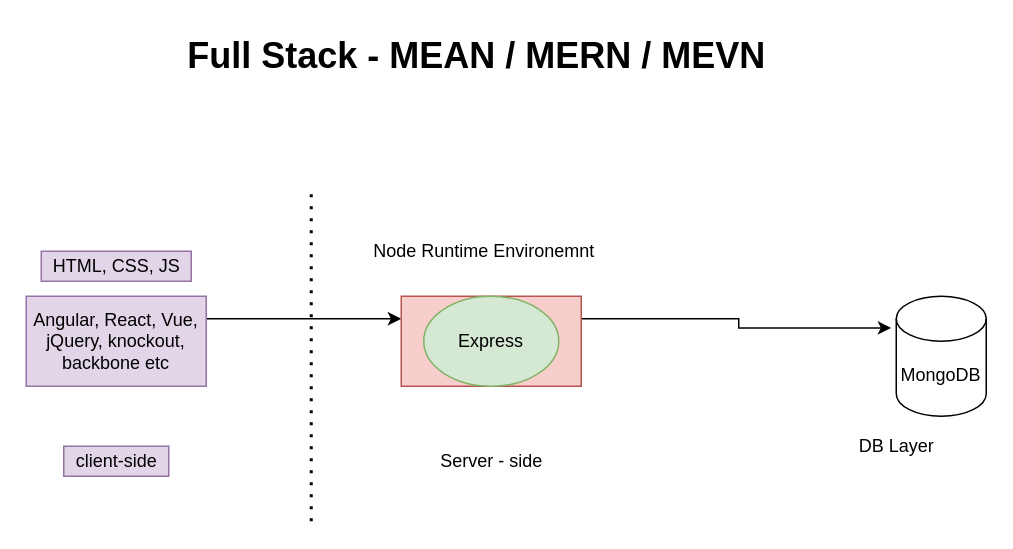
Earlier version of the draw.io diagram page "Page-1" (1 of 5) of diagrams.drawio (synergy2411/genpact-dec21). Source tidied: cells renumbered, new cells numbered last; positions are measured from the earlier drawing's top-left corner, leaving out a move shared by most shapes. Both pictures are drawn from the tidied source at 150%, with x=0, y=0 at pixel (26, 26).
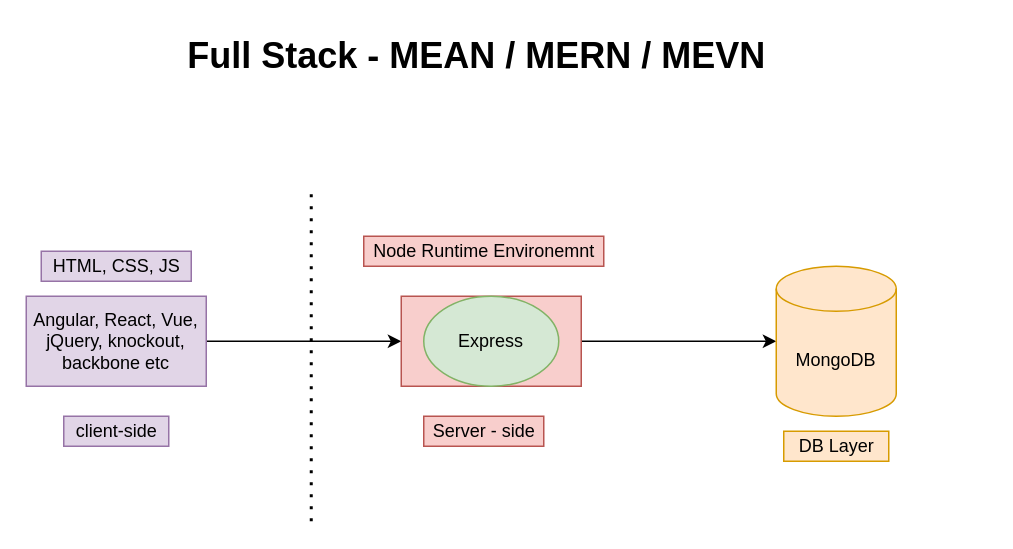
After the change.

The edit, as a diff of the source:
```diff
@@
 <mxGraphModel>
   <root>
     <mxCell id="0" />
     <mxCell id="1" parent="0" />
-    <mxCell id="2" style="edgeStyle=orthogonalEdgeStyle;rounded=0;jettySize=auto;html=1;exitX=1;exitY=0.25;exitDx=0;exitDy=0;entryX=0;entryY=0.25;entryDx=0;entryDy=0;" parent="1" edge="1" source="3" target="6">
+    <mxCell id="2" style="edgeStyle=orthogonalEdgeStyle;curved=1;jettySize=auto;html=1;exitX=1;exitY=0.5;exitDx=0;exitDy=0;entryX=0;entryY=0.5;entryDx=0;entryDy=0;" parent="1" edge="1" source="3" target="6">
       <mxGeometry relative="1" as="geometry" />
     </mxCell>
     <mxCell id="3" value="Angular, React, Vue, jQuery, knockout, backbone etc" style="rounded=0;whiteSpace=wrap;html=1;fillColor=#e1d5e7;strokeColor=#9673a6;" parent="1" vertex="1">
       <mxGeometry y="180" width="120" height="60" as="geometry" />
     </mxCell>
     <mxCell id="4" value="client-side" style="text;html=1;align=center;verticalAlign=middle;strokeColor=#9673a6;fillColor=#e1d5e7;" parent="1" vertex="1">
-      <mxGeometry x="25" y="280" width="70" height="20" as="geometry" />
+      <mxGeometry x="25" y="260" width="70" height="20" as="geometry" />
     </mxCell>
-    <mxCell id="5" style="edgeStyle=orthogonalEdgeStyle;rounded=0;jettySize=auto;html=1;exitX=1;exitY=0.25;exitDx=0;exitDy=0;entryX=-0.055;entryY=0.264;entryDx=0;entryDy=0;entryPerimeter=0;" parent="1" edge="1" source="6" target="8">
+    <mxCell id="5" style="edgeStyle=orthogonalEdgeStyle;jettySize=auto;html=1;exitX=1;exitY=0.5;exitDx=0;exitDy=0;entryX=0;entryY=0.5;entryDx=0;entryDy=0;entryPerimeter=0;curved=1;" parent="1" edge="1" source="6" target="8">
       <mxGeometry relative="1" as="geometry" />
     </mxCell>
     <mxCell id="6" style="rounded=0;whiteSpace=wrap;html=1;fillColor=#f8cecc;strokeColor=#b85450;" parent="1" vertex="1">
       <mxGeometry x="250" y="180" width="120" height="60" as="geometry" />
     </mxCell>
-    <mxCell id="7" value="Server - side" style="text;html=1;align=center;verticalAlign=middle;strokeColor=none;fillColor=none;" parent="1" vertex="1">
-      <mxGeometry x="270" y="280" width="80" height="20" as="geometry" />
+    <mxCell id="7" value="Server - side" style="text;html=1;align=center;verticalAlign=middle;strokeColor=#b85450;fillColor=#f8cecc;" parent="1" vertex="1">
+      <mxGeometry x="265" y="260" width="80" height="20" as="geometry" />
     </mxCell>
-    <mxCell id="8" value="MongoDB" style="shape=cylinder3;whiteSpace=wrap;html=1;boundedLbl=1;backgroundOutline=1;size=15;" parent="1" vertex="1">
-      <mxGeometry x="580" y="180" width="60" height="80" as="geometry" />
+    <mxCell id="8" value="MongoDB" style="shape=cylinder3;whiteSpace=wrap;html=1;boundedLbl=1;backgroundOutline=1;size=15;fillColor=#ffe6cc;strokeColor=#d79b00;" parent="1" vertex="1">
+      <mxGeometry x="500" y="160" width="80" height="100" as="geometry" />
     </mxCell>
-    <mxCell id="9" value="DB Layer" style="text;html=1;align=center;verticalAlign=middle;strokeColor=none;fillColor=none;" parent="1" vertex="1">
-      <mxGeometry x="545" y="270" width="70" height="20" as="geometry" />
+    <mxCell id="9" value="DB Layer" style="text;html=1;align=center;verticalAlign=middle;strokeColor=#d79b00;fillColor=#ffe6cc;" parent="1" vertex="1">
+      <mxGeometry x="505" y="270" width="70" height="20" as="geometry" />
     </mxCell>
     <mxCell id="10" value="HTML, CSS, JS" style="text;html=1;align=center;verticalAlign=middle;strokeColor=#9673a6;fillColor=#e1d5e7;" parent="1" vertex="1">
       <mxGeometry x="10" y="150" width="100" height="20" as="geometry" />
     </mxCell>
-    <mxCell id="11" value="Node Runtime Environemnt" style="text;html=1;align=center;verticalAlign=middle;strokeColor=none;fillColor=none;" parent="1" vertex="1">
+    <mxCell id="11" value="Node Runtime Environemnt" style="text;html=1;align=center;verticalAlign=middle;strokeColor=#b85450;fillColor=#f8cecc;" parent="1" vertex="1">
       <mxGeometry x="225" y="140" width="160" height="20" as="geometry" />
     </mxCell>
     <mxCell id="12" value="Express" style="ellipse;whiteSpace=wrap;html=1;fillColor=#d5e8d4;strokeColor=#82b366;" parent="1" vertex="1">
       <mxGeometry x="265" y="180" width="90" height="60" as="geometry" />
     </mxCell>
     <mxCell id="13" style="endArrow=none;dashed=1;html=1;dashPattern=1 3;strokeWidth=2;rounded=0;" parent="1" edge="1">
       <mxGeometry relative="1" as="geometry">
         <mxPoint x="190" y="330" as="sourcePoint" />
         <mxPoint x="190" y="110" as="targetPoint" />
       </mxGeometry>
     </mxCell>
     <mxCell id="14" value="Full Stack - MEAN / MERN / MEVN" style="text;strokeColor=none;fillColor=none;html=1;fontSize=24;fontStyle=1;verticalAlign=middle;align=center;" parent="1" vertex="1">
       <mxGeometry x="250" width="100" height="40" as="geometry" />
     </mxCell>
   </root>
 </mxGraphModel>
```
